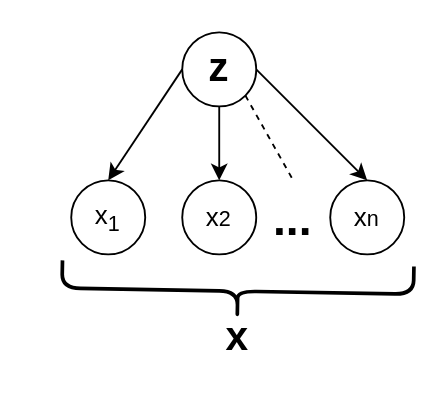
Earlier version of the draw.io diagram report/figures/codependency.drawio (leetemil/thesis). Source tidied: cells renumbered, new cells numbered last; positions are measured from the earlier drawing's top-left corner, leaving out a move shared by most shapes. Both pictures are drawn from the tidied source at 185%, with x=0, y=0 at pixel (70, 31).
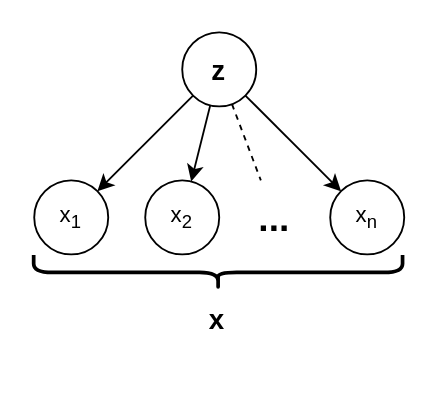
The same diagram, later.

The edit, as a diff of the source:
```diff
@@
 <mxGraphModel>
   <root>
     <mxCell id="0" />
     <mxCell id="1" parent="0" />
-    <mxCell id="2" style="rounded=0;jettySize=auto;html=1;exitX=0;exitY=0.5;exitDx=0;exitDy=0;entryX=0.5;entryY=0;entryDx=0;entryDy=0;" parent="1" edge="1" source="6" target="7">
+    <mxCell id="2" style="rounded=0;jettySize=auto;html=1;" parent="1" edge="1" source="6" target="7">
       <mxGeometry relative="1" as="geometry" />
     </mxCell>
-    <mxCell id="3" style="edgeStyle=none;rounded=0;jettySize=auto;html=1;exitX=0.5;exitY=1;exitDx=0;exitDy=0;entryX=0.5;entryY=0;entryDx=0;entryDy=0;" parent="1" edge="1" source="6" target="8">
+    <mxCell id="3" style="edgeStyle=none;rounded=0;jettySize=auto;html=1;" parent="1" edge="1" source="6" target="8">
       <mxGeometry relative="1" as="geometry" />
     </mxCell>
-    <mxCell id="4" style="edgeStyle=none;rounded=0;jettySize=auto;html=1;exitX=1;exitY=1;exitDx=0;exitDy=0;dashed=1;endArrow=none;endFill=0;" parent="1" edge="1" source="6">
-      <mxGeometry relative="1" as="geometry">
-        <mxPoint x="120" y="80" as="targetPoint" />
-      </mxGeometry>
+    <mxCell id="4" style="edgeStyle=none;rounded=0;jettySize=auto;html=1;dashed=1;endArrow=none;endFill=0;" parent="1" edge="1" source="6" target="10">
+      <mxGeometry relative="1" as="geometry" />
     </mxCell>
-    <mxCell id="5" style="edgeStyle=none;rounded=0;jettySize=auto;html=1;exitX=1;exitY=0.5;exitDx=0;exitDy=0;entryX=0.5;entryY=0;entryDx=0;entryDy=0;" parent="1" edge="1" source="6" target="9">
+    <mxCell id="5" style="edgeStyle=none;rounded=0;jettySize=auto;html=1;" parent="1" edge="1" source="6" target="9">
       <mxGeometry relative="1" as="geometry" />
     </mxCell>
-    <mxCell id="6" value="&lt;b&gt;&lt;font style=&quot;font-size: 22px&quot;&gt;z&lt;/font&gt;&lt;/b&gt;" style="ellipse;whiteSpace=wrap;html=1;" parent="1" vertex="1">
+    <mxCell id="6" value="&lt;b&gt;&lt;font style=&quot;font-size: 15px&quot;&gt;z&lt;/font&gt;&lt;/b&gt;" style="ellipse;whiteSpace=wrap;html=1;" parent="1" vertex="1">
       <mxGeometry x="60" width="40" height="40" as="geometry" />
     </mxCell>
-    <mxCell id="7" value="&lt;span style=&quot;font-size: 14px&quot;&gt;x&lt;sub&gt;1&lt;/sub&gt;&lt;/span&gt;" style="ellipse;whiteSpace=wrap;html=1;" parent="1" vertex="1">
-      <mxGeometry y="80" width="40" height="40" as="geometry" />
+    <mxCell id="7" value="x&lt;sub&gt;1&lt;/sub&gt;" style="ellipse;whiteSpace=wrap;html=1;fontSize=12;" parent="1" vertex="1">
+      <mxGeometry x="-20" y="80" width="40" height="40" as="geometry" />
     </mxCell>
-    <mxCell id="8" value="&lt;span style=&quot;font-size: 14px&quot;&gt;x&lt;/span&gt;&lt;span style=&quot;font-size: 11.6667px&quot;&gt;2&lt;/span&gt;" style="ellipse;whiteSpace=wrap;html=1;" parent="1" vertex="1">
-      <mxGeometry x="60" y="80" width="40" height="40" as="geometry" />
+    <mxCell id="8" value="x&lt;sub&gt;2&lt;/sub&gt;" style="ellipse;whiteSpace=wrap;html=1;fontSize=12;" parent="1" vertex="1">
+      <mxGeometry x="40" y="80" width="40" height="40" as="geometry" />
     </mxCell>
-    <mxCell id="9" value="&lt;span style=&quot;font-size: 14px&quot;&gt;x&lt;/span&gt;&lt;span style=&quot;font-size: 11.6667px&quot;&gt;n&lt;/span&gt;" style="ellipse;whiteSpace=wrap;html=1;" parent="1" vertex="1">
+    <mxCell id="9" value="x&lt;sub&gt;n&lt;/sub&gt;" style="ellipse;whiteSpace=wrap;html=1;fontSize=12;" parent="1" vertex="1">
       <mxGeometry x="140" y="80" width="40" height="40" as="geometry" />
     </mxCell>
-    <mxCell id="10" value="&lt;b&gt;&lt;font style=&quot;font-size: 25px&quot;&gt;...&lt;/font&gt;&lt;/b&gt;" style="text;html=1;strokeColor=none;fillColor=none;align=center;verticalAlign=middle;whiteSpace=wrap;rounded=0;" parent="1" vertex="1">
-      <mxGeometry x="100" y="90" width="40" height="20" as="geometry" />
+    <mxCell id="10" value="&lt;b&gt;&lt;font style=&quot;font-size: 20px&quot;&gt;...&lt;/font&gt;&lt;/b&gt;" style="text;html=1;strokeColor=none;fillColor=none;align=center;verticalAlign=middle;whiteSpace=wrap;rounded=0;fontSize=12;" parent="1" vertex="1">
+      <mxGeometry x="80" y="80" width="60" height="40" as="geometry" />
     </mxCell>
-    <mxCell id="11" style="shape=curlyBracket;whiteSpace=wrap;html=1;rounded=1;rotation=-89;strokeWidth=2;" parent="1" vertex="1">
-      <mxGeometry x="75" y="44.9" width="30" height="190" as="geometry" />
+    <mxCell id="11" style="shape=curlyBracket;whiteSpace=wrap;html=1;rounded=1;rotation=-90;strokeWidth=2;" parent="1" vertex="1">
+      <mxGeometry x="70" y="30" width="18.8" height="199.4" as="geometry" />
     </mxCell>
-    <mxCell id="12" value="&lt;b&gt;&lt;font style=&quot;font-size: 22px&quot;&gt;x&lt;/font&gt;&lt;/b&gt;" style="text;html=1;strokeColor=none;fillColor=none;align=center;verticalAlign=middle;whiteSpace=wrap;rounded=0;" parent="1" vertex="1">
-      <mxGeometry x="65" y="150" width="50" height="30" as="geometry" />
+    <mxCell id="12" value="&lt;b&gt;&lt;font style=&quot;font-size: 15px&quot;&gt;x&lt;/font&gt;&lt;/b&gt;" style="text;html=1;strokeColor=none;fillColor=none;align=center;verticalAlign=middle;whiteSpace=wrap;rounded=0;" parent="1" vertex="1">
+      <mxGeometry x="-20.6" y="140" width="200" height="30" as="geometry" />
     </mxCell>
   </root>
 </mxGraphModel>
```
